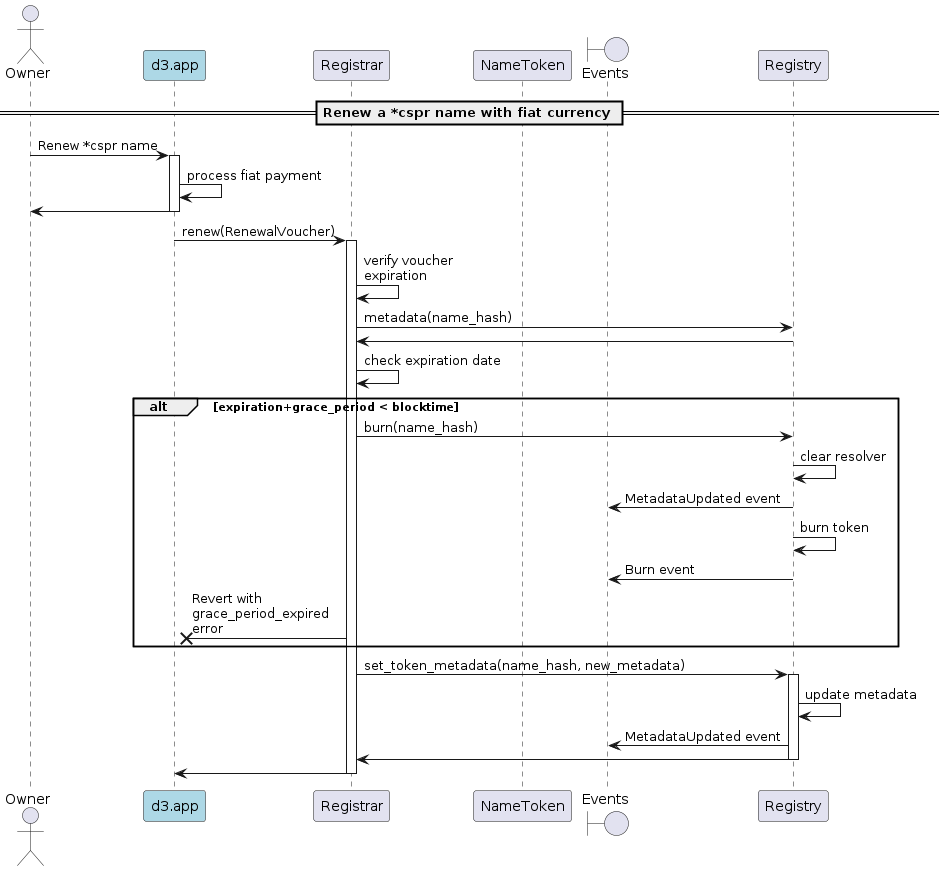
Earlier version of the PlantUML export docs/sequence-diagrams/puml/offchain-renewal.png (make-software/cspr-name-contracts).
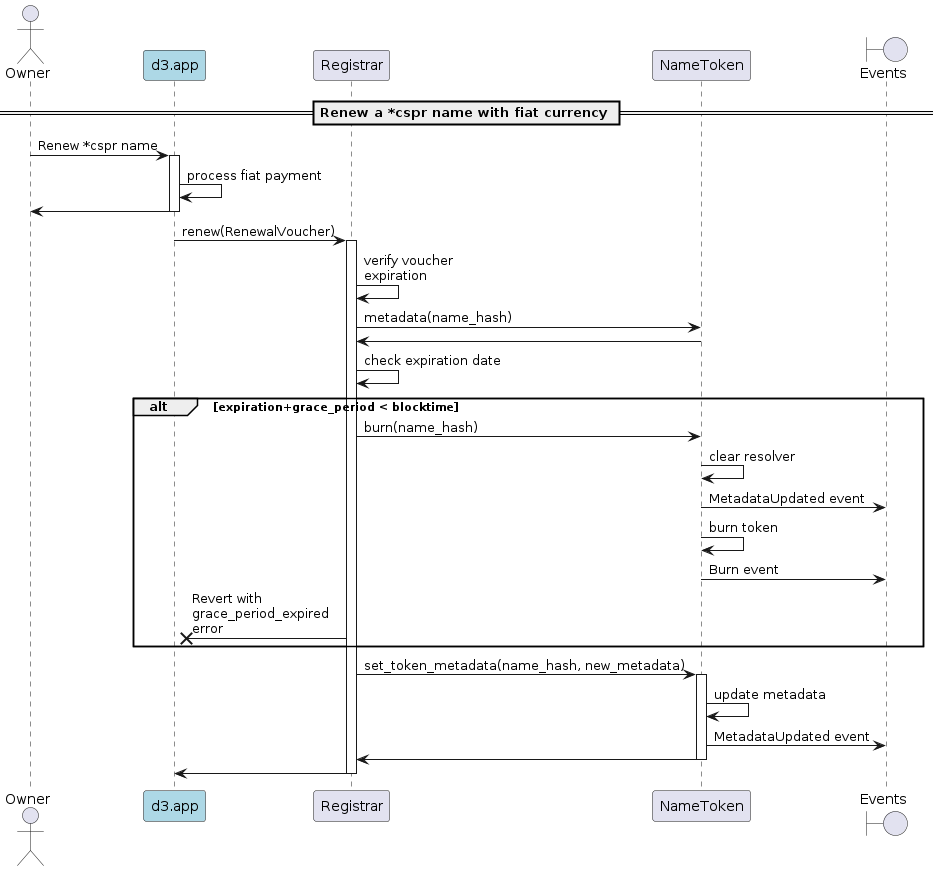
The same file after the commit.

Diff of the diagram source:
```diff
@@ -17,23 +17,23 @@
 d3 -> Registrar: renew(RenewalVoucher)
 activate Registrar
 Registrar -> Registrar: verify voucher\nexpiration
-Registrar -> Registry: metadata(name_hash)
-Registry -> Registrar
+Registrar -> NameToken: metadata(name_hash)
+NameToken -> Registrar
 Registrar -> Registrar: check expiration date
 alt expiration+grace_period < blocktime
-    Registrar -> Registry: burn(name_hash)
-    Registry -> Registry: clear resolver
-    Registry -> "Events": MetadataUpdated event
-    Registry -> Registry: burn token
-    Registry -> "Events": Burn event
+    Registrar -> NameToken: burn(name_hash)
+    NameToken -> NameToken: clear resolver
+    NameToken -> "Events": MetadataUpdated event
+    NameToken -> NameToken: burn token
+    NameToken -> "Events": Burn event
     Registrar ->x d3: Revert with\ngrace_period_expired\nerror
 end
-Registrar -> Registry: set_token_metadata(name_hash, new_metadata)
-activate Registry
-Registry -> Registry: update metadata
-Registry -> "Events": MetadataUpdated event
-Registry -> Registrar
-deactivate Registry
+Registrar -> NameToken: set_token_metadata(name_hash, new_metadata)
+activate NameToken
+NameToken -> NameToken: update metadata
+NameToken -> "Events": MetadataUpdated event
+NameToken -> Registrar
+deactivate NameToken
 Registrar -> d3
 deactivate Registrar
 deactivate d3
```
